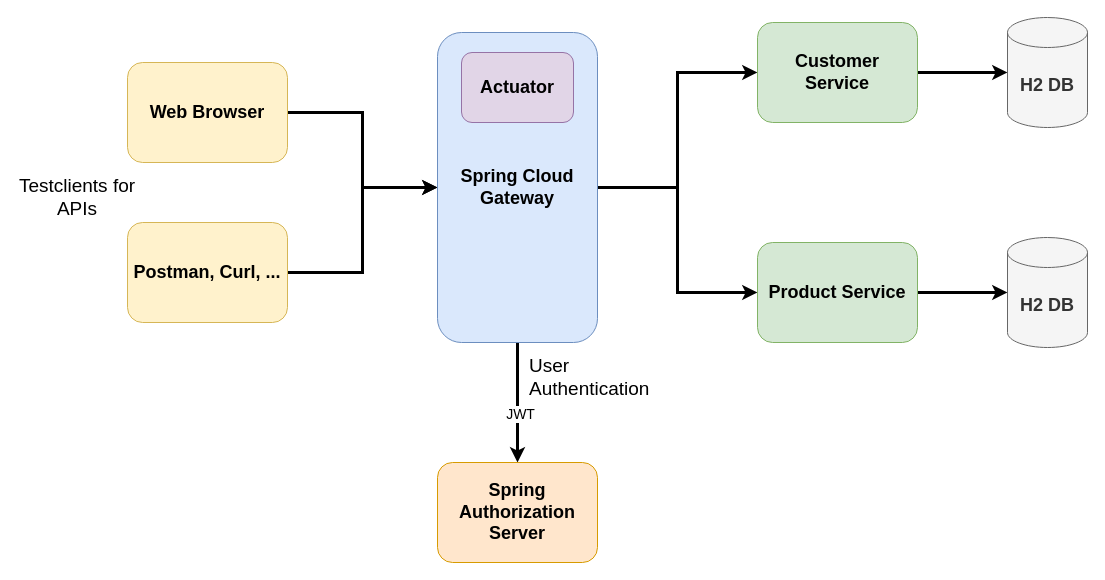
Earlier version of the draw.io diagram architecture/images/architecture.drawio (andifalk/spring-cloud-gateway-workshop). Source tidied: cells renumbered, new cells numbered last; positions are measured from the earlier drawing's top-left corner, leaving out a move shared by most shapes. Both pictures are drawn from the tidied source at 100%, with x=0, y=0 at pixel (17, 17).
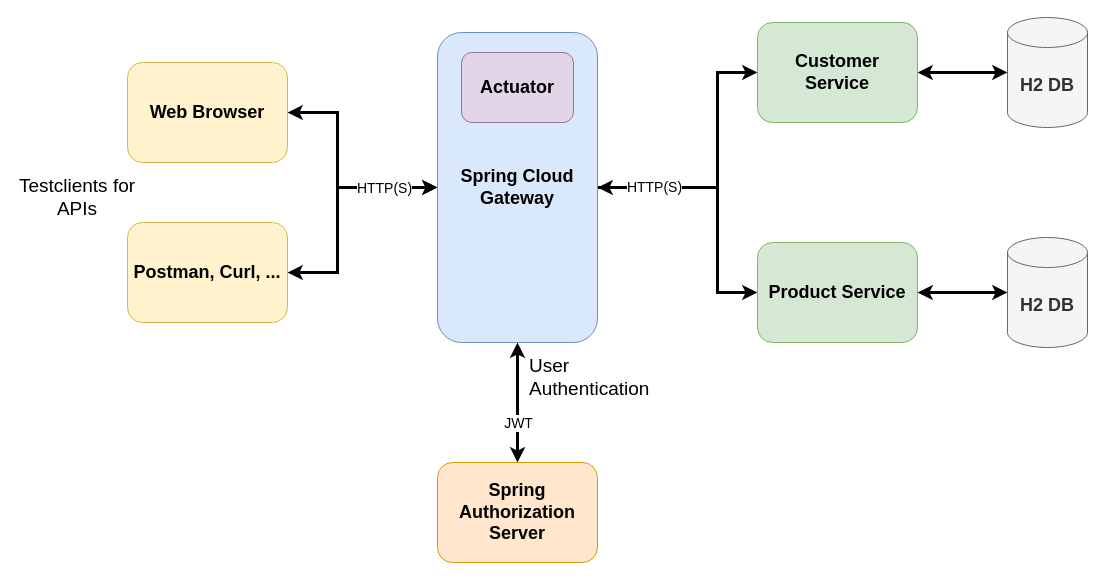
Above is the later version.

The change refers to these unchanged cells:
```xml
<mxCell id="3" value="&lt;font style=&quot;font-size: 18px;&quot;&gt;&lt;b&gt;Web Browser&lt;/b&gt;&lt;/font&gt;" style="rounded=1;whiteSpace=wrap;html=1;fillColor=#fff2cc;strokeColor=#d6b656;" parent="1" vertex="1">
  <mxGeometry x="110" y="45" width="160" height="100" as="geometry" />
</mxCell>
<mxCell id="5" value="&lt;font style=&quot;font-size: 18px;&quot;&gt;&lt;b&gt;Postman, Curl, ...&lt;/b&gt;&lt;/font&gt;" style="rounded=1;whiteSpace=wrap;html=1;fillColor=#fff2cc;strokeColor=#d6b656;" parent="1" vertex="1">
  <mxGeometry x="110" y="205" width="160" height="100" as="geometry" />
</mxCell>
<mxCell id="10" value="&lt;font style=&quot;font-size: 18px;&quot;&gt;&lt;b&gt;Spring Cloud Gateway&lt;/b&gt;&lt;/font&gt;" style="rounded=1;whiteSpace=wrap;html=1;fillColor=#dae8fc;strokeColor=#6c8ebf;" parent="1" vertex="1">
  <mxGeometry x="420" y="15" width="160" height="310" as="geometry" />
</mxCell>
<mxCell id="12" value="&lt;font style=&quot;font-size: 18px;&quot;&gt;&lt;b&gt;Customer &lt;br&gt;Service&lt;/b&gt;&lt;/font&gt;" style="rounded=1;whiteSpace=wrap;html=1;fillColor=#d5e8d4;strokeColor=#82b366;" parent="1" vertex="1">
  <mxGeometry x="740" y="5" width="160" height="100" as="geometry" />
</mxCell>
<mxCell id="14" value="&lt;font style=&quot;font-size: 18px;&quot;&gt;&lt;b&gt;Product Service&lt;/b&gt;&lt;/font&gt;" style="rounded=1;whiteSpace=wrap;html=1;fillColor=#d5e8d4;strokeColor=#82b366;" parent="1" vertex="1">
  <mxGeometry x="740" y="225" width="160" height="100" as="geometry" />
</mxCell>
<mxCell id="15" value="&lt;font style=&quot;font-size: 18px;&quot;&gt;&lt;b&gt;H2 DB&lt;/b&gt;&lt;/font&gt;" style="shape=cylinder3;whiteSpace=wrap;html=1;boundedLbl=1;backgroundOutline=1;size=15;fillColor=#f5f5f5;fontColor=#333333;strokeColor=#666666;" parent="1" vertex="1">
  <mxGeometry x="990" width="80" height="110" as="geometry" />
</mxCell>
<mxCell id="16" value="&lt;font style=&quot;font-size: 18px;&quot;&gt;&lt;b&gt;H2 DB&lt;/b&gt;&lt;/font&gt;" style="shape=cylinder3;whiteSpace=wrap;html=1;boundedLbl=1;backgroundOutline=1;size=15;fillColor=#f5f5f5;fontColor=#333333;strokeColor=#666666;" parent="1" vertex="1">
  <mxGeometry x="990" y="220" width="80" height="110" as="geometry" />
</mxCell>
<mxCell id="17" value="&lt;font style=&quot;font-size: 18px;&quot;&gt;&lt;b&gt;Spring Authorization Server&lt;/b&gt;&lt;/font&gt;" style="rounded=1;whiteSpace=wrap;html=1;fillColor=#ffe6cc;strokeColor=#d79b00;" parent="1" vertex="1">
  <mxGeometry x="420" y="445" width="160" height="100" as="geometry" />
</mxCell>
```

The edit, as a diff of the source:
```diff
@@
-    <mxCell id="2" style="edgeStyle=orthogonalEdgeStyle;rounded=0;jettySize=auto;html=1;entryX=0;entryY=0.5;entryDx=0;entryDy=0;strokeWidth=3;" parent="1" edge="1" source="3" target="10">
-      <mxGeometry relative="1" as="geometry" />
+    <mxCell id="2" style="edgeStyle=orthogonalEdgeStyle;rounded=0;jettySize=auto;html=1;entryX=0;entryY=0.5;entryDx=0;entryDy=0;strokeWidth=3;startArrow=classic;startFill=1;" parent="1" edge="1" source="3" target="10">
+      <mxGeometry relative="1" as="geometry">
+        <Array as="points">
+          <mxPoint x="320" y="95" />
+          <mxPoint x="320" y="170" />
+        </Array>
+      </mxGeometry>
     </mxCell>
@@
-    <mxCell id="4" style="edgeStyle=orthogonalEdgeStyle;rounded=0;jettySize=auto;html=1;entryX=0;entryY=0.5;entryDx=0;entryDy=0;strokeWidth=3;" parent="1" edge="1" source="5" target="10">
-      <mxGeometry relative="1" as="geometry" />
+    <mxCell id="4" style="edgeStyle=orthogonalEdgeStyle;rounded=0;jettySize=auto;html=1;entryX=0;entryY=0.5;entryDx=0;entryDy=0;strokeWidth=3;startArrow=classic;startFill=1;" parent="1" edge="1" source="5" target="10">
+      <mxGeometry relative="1" as="geometry">
+        <Array as="points">
+          <mxPoint x="320" y="255" />
+          <mxPoint x="320" y="170" />
+        </Array>
+      </mxGeometry>
     </mxCell>
+    <mxCell id="21" value="&lt;font style=&quot;font-size: 14px;&quot;&gt;HTTP(S)&lt;/font&gt;" style="edgeLabel;html=1;align=center;verticalAlign=middle;" parent="4" vertex="1">
+      <mxGeometry x="0.54" relative="1" as="geometry" />
+    </mxCell>
@@
     <mxCell id="6" style="edgeStyle=orthogonalEdgeStyle;rounded=0;jettySize=auto;html=1;entryX=0;entryY=0.5;entryDx=0;entryDy=0;strokeWidth=3;" parent="1" edge="1" source="10" target="12">
-      <mxGeometry relative="1" as="geometry" />
+      <mxGeometry relative="1" as="geometry">
+        <Array as="points">
+          <mxPoint x="700" y="170" />
+          <mxPoint x="700" y="55" />
+        </Array>
+      </mxGeometry>
     </mxCell>
-    <mxCell id="7" style="edgeStyle=orthogonalEdgeStyle;rounded=0;jettySize=auto;html=1;entryX=0;entryY=0.5;entryDx=0;entryDy=0;strokeWidth=3;" parent="1" edge="1" source="10" target="14">
-      <mxGeometry relative="1" as="geometry" />
+    <mxCell id="7" style="edgeStyle=orthogonalEdgeStyle;rounded=0;jettySize=auto;html=1;entryX=0;entryY=0.5;entryDx=0;entryDy=0;strokeWidth=3;startArrow=classic;startFill=1;" parent="1" edge="1" source="10" target="14">
+      <mxGeometry relative="1" as="geometry">
+        <Array as="points">
+          <mxPoint x="700" y="170" />
+          <mxPoint x="700" y="275" />
+        </Array>
+      </mxGeometry>
     </mxCell>
+    <mxCell id="22" value="&lt;font style=&quot;font-size: 14px;&quot;&gt;HTTP(S)&lt;/font&gt;" style="edgeLabel;html=1;align=center;verticalAlign=middle;" parent="7" vertex="1">
+      <mxGeometry x="-0.58" y="1" relative="1" as="geometry" />
+    </mxCell>
-    <mxCell id="8" style="edgeStyle=orthogonalEdgeStyle;rounded=0;jettySize=auto;html=1;exitX=0.5;exitY=1;exitDx=0;exitDy=0;entryX=0.5;entryY=0;entryDx=0;entryDy=0;strokeWidth=3;" parent="1" edge="1" source="10" target="17">
+    <mxCell id="8" style="edgeStyle=orthogonalEdgeStyle;rounded=0;jettySize=auto;html=1;exitX=0.5;exitY=1;exitDx=0;exitDy=0;entryX=0.5;entryY=0;entryDx=0;entryDy=0;strokeWidth=3;startArrow=classic;startFill=1;" parent="1" edge="1" source="10" target="17">
       <mxGeometry relative="1" as="geometry" />
     </mxCell>
     <mxCell id="9" value="&lt;font style=&quot;font-size: 14px;&quot;&gt;JWT&lt;/font&gt;" style="edgeLabel;html=1;align=center;verticalAlign=middle;" parent="8" vertex="1">
       <mxGeometry x="0.17" y="2" relative="1" as="geometry">
-        <mxPoint y="1" as="offset" />
+        <mxPoint x="-2" y="10" as="offset" />
       </mxGeometry>
     </mxCell>
@@
-    <mxCell id="11" style="edgeStyle=orthogonalEdgeStyle;rounded=0;jettySize=auto;html=1;entryX=0;entryY=0.5;entryDx=0;entryDy=0;entryPerimeter=0;strokeWidth=3;" parent="1" edge="1" source="12" target="15">
+    <mxCell id="11" style="edgeStyle=orthogonalEdgeStyle;rounded=0;jettySize=auto;html=1;entryX=0;entryY=0.5;entryDx=0;entryDy=0;entryPerimeter=0;strokeWidth=3;startArrow=classic;startFill=1;" parent="1" edge="1" source="12" target="15">
       <mxGeometry relative="1" as="geometry" />
     </mxCell>
@@
-    <mxCell id="13" style="edgeStyle=orthogonalEdgeStyle;rounded=0;jettySize=auto;html=1;entryX=0;entryY=0.5;entryDx=0;entryDy=0;entryPerimeter=0;strokeWidth=3;" parent="1" edge="1" source="14" target="16">
+    <mxCell id="13" style="edgeStyle=orthogonalEdgeStyle;rounded=0;jettySize=auto;html=1;entryX=0;entryY=0.5;entryDx=0;entryDy=0;entryPerimeter=0;strokeWidth=3;startArrow=classic;startFill=1;" parent="1" edge="1" source="14" target="16">
       <mxGeometry relative="1" as="geometry" />
     </mxCell>
```
